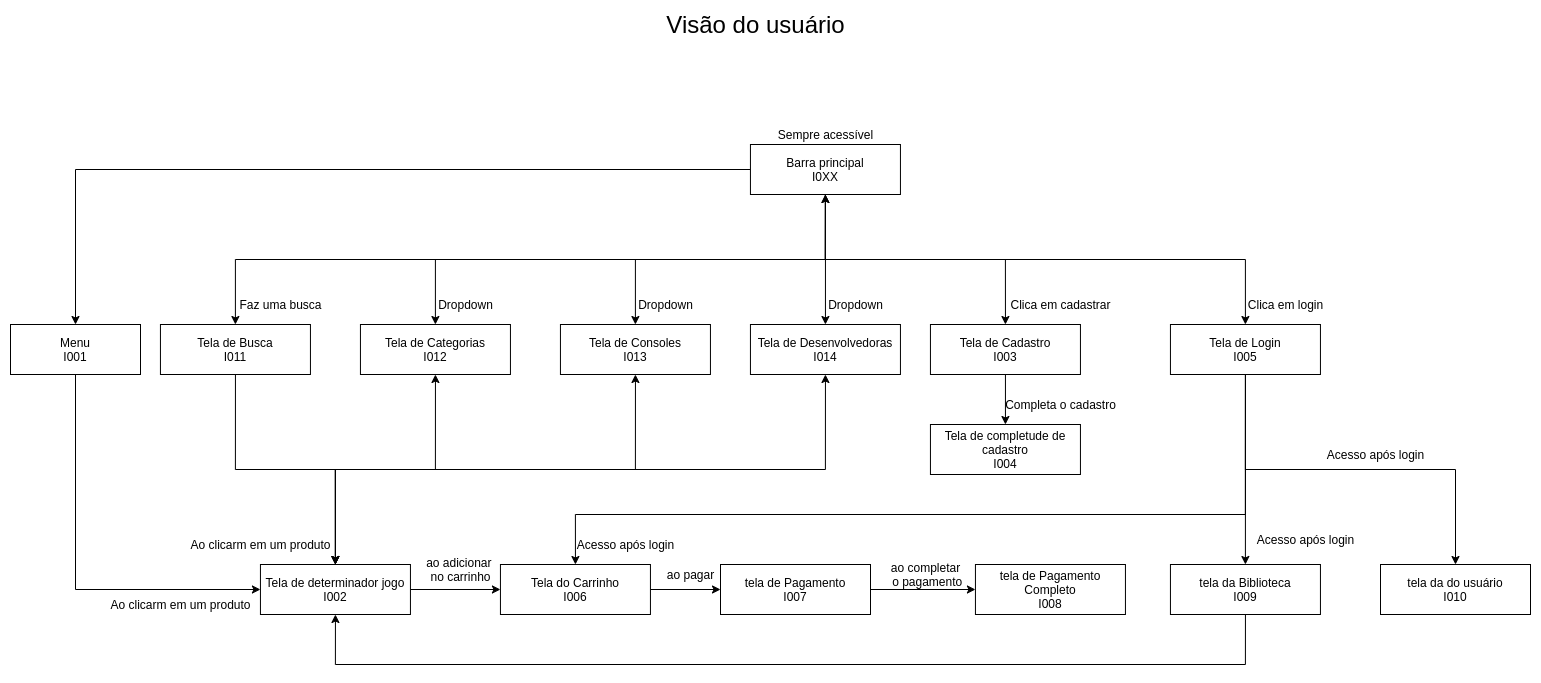
joaopaulo7/GCC188-Projeto-Final keeps this draw.io diagram as docs/Diagramas/Diagrama-Interfaces/sequencia-Visão-Usuário.drawio.png. Above is the earlier version. Source tidied: cells renumbered, new cells last; positions are measured from the earlier drawing's top-left corner, leaving out a move shared by most shapes.
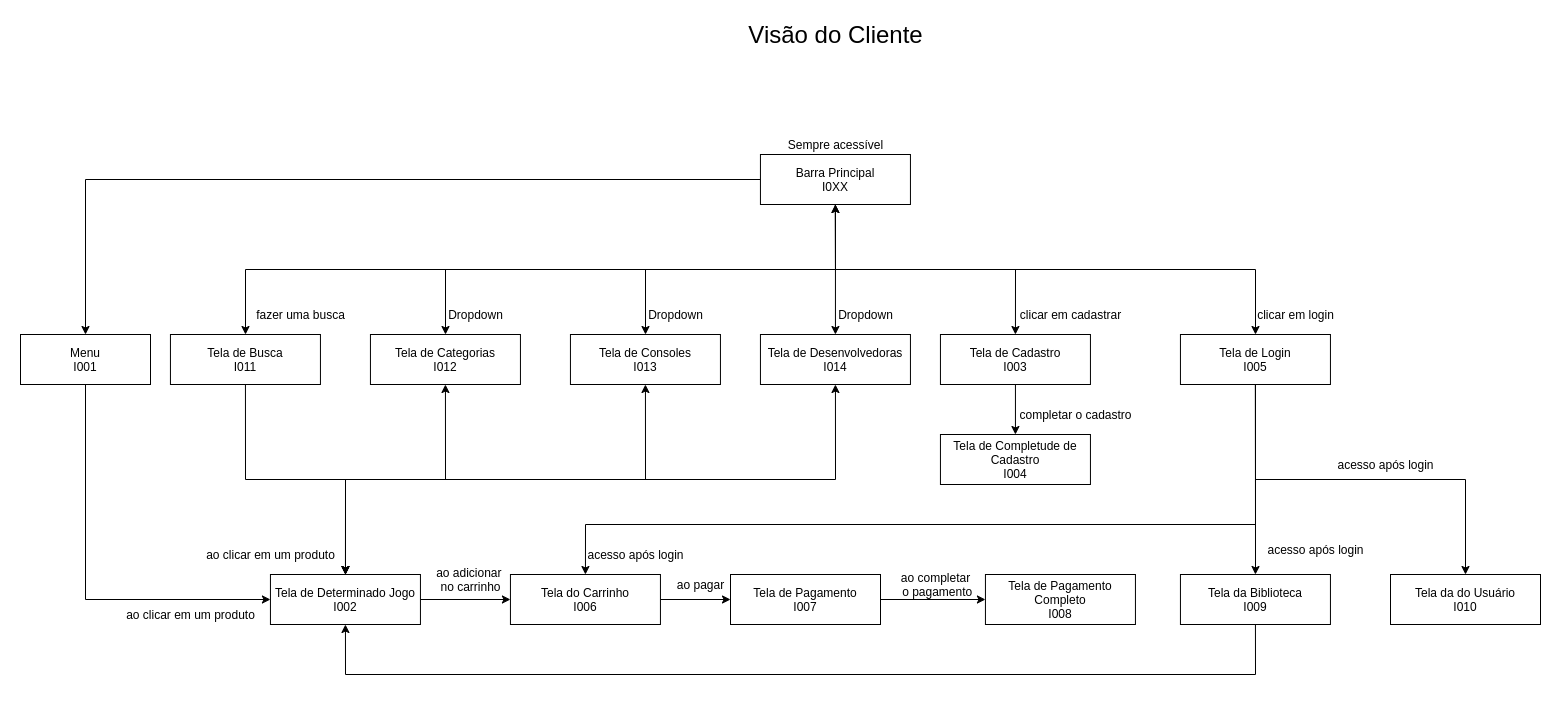
The same file after the commit.

What changed in the source:
```diff
@@ -23,7 +23,7 @@
     <mxCell id="8" style="edgeStyle=orthogonalEdgeStyle;rounded=0;jettySize=auto;html=1;exitX=0;exitY=0.5;exitDx=0;exitDy=0;" parent="1" edge="1" source="9" target="50">
       <mxGeometry relative="1" as="geometry" />
     </mxCell>
-    <mxCell id="9" value="Barra principal&lt;br&gt;I0XX" style="rounded=0;whiteSpace=wrap;html=1;" parent="1" vertex="1">
+    <mxCell id="9" value="Barra Principal&lt;br&gt;I0XX" style="rounded=0;whiteSpace=wrap;html=1;" parent="1" vertex="1">
       <mxGeometry x="739.9" y="130" width="150" height="50" as="geometry" />
     </mxCell>
     <mxCell id="10" style="edgeStyle=orthogonalEdgeStyle;rounded=0;jettySize=auto;html=1;exitX=0.5;exitY=1;exitDx=0;exitDy=0;entryX=0.5;entryY=0;entryDx=0;entryDy=0;startArrow=classic;startFill=1;" parent="1" edge="1" source="11" target="25">
@@ -80,7 +80,7 @@
     <mxCell id="24" style="edgeStyle=orthogonalEdgeStyle;rounded=0;jettySize=auto;html=1;exitX=1;exitY=0.5;exitDx=0;exitDy=0;entryX=0;entryY=0.5;entryDx=0;entryDy=0;startArrow=none;startFill=0;" parent="1" edge="1" source="25" target="27">
       <mxGeometry relative="1" as="geometry" />
     </mxCell>
-    <mxCell id="25" value="Tela de determinador jogo&lt;br&gt;I002" style="rounded=0;whiteSpace=wrap;html=1;" parent="1" vertex="1">
+    <mxCell id="25" value="Tela de Determinado Jogo&lt;br&gt;I002" style="rounded=0;whiteSpace=wrap;html=1;" parent="1" vertex="1">
       <mxGeometry x="249.9" y="550" width="150" height="50" as="geometry" />
     </mxCell>
     <mxCell id="26" style="edgeStyle=orthogonalEdgeStyle;rounded=0;jettySize=auto;html=1;exitX=1;exitY=0.5;exitDx=0;exitDy=0;entryX=0;entryY=0.5;entryDx=0;entryDy=0;startArrow=none;startFill=0;" parent="1" edge="1" source="27" target="29">
@@ -92,7 +92,7 @@
     <mxCell id="28" style="edgeStyle=orthogonalEdgeStyle;rounded=0;jettySize=auto;html=1;exitX=1;exitY=0.5;exitDx=0;exitDy=0;entryX=0;entryY=0.5;entryDx=0;entryDy=0;" parent="1" edge="1" source="29" target="53">
       <mxGeometry relative="1" as="geometry" />
     </mxCell>
-    <mxCell id="29" value="tela de Pagamento&lt;br&gt;I007" style="rounded=0;whiteSpace=wrap;html=1;" parent="1" vertex="1">
+    <mxCell id="29" value="Tela de Pagamento&lt;br&gt;I007" style="rounded=0;whiteSpace=wrap;html=1;" parent="1" vertex="1">
       <mxGeometry x="710" y="550" width="150" height="50" as="geometry" />
     </mxCell>
     <mxCell id="30" style="edgeStyle=orthogonalEdgeStyle;rounded=0;jettySize=auto;html=1;exitX=0.5;exitY=1;exitDx=0;exitDy=0;entryX=0.5;entryY=1;entryDx=0;entryDy=0;" parent="1" edge="1" source="31" target="25">
@@ -103,7 +103,7 @@
         </Array>
       </mxGeometry>
     </mxCell>
-    <mxCell id="31" value="tela da Biblioteca&lt;br&gt;I009" style="rounded=0;whiteSpace=wrap;html=1;" parent="1" vertex="1">
+    <mxCell id="31" value="Tela da Biblioteca&lt;br&gt;I009" style="rounded=0;whiteSpace=wrap;html=1;" parent="1" vertex="1">
       <mxGeometry x="1159.9" y="550" width="150" height="50" as="geometry" />
     </mxCell>
     <mxCell id="32" value="Dropdown" style="text;html=1;align=center;verticalAlign=middle;strokeColor=none;fillColor=none;" parent="1" vertex="1">
@@ -115,26 +115,26 @@
     <mxCell id="34" value="Dropdown" style="text;html=1;align=center;verticalAlign=middle;strokeColor=none;fillColor=none;" parent="1" vertex="1">
       <mxGeometry x="419.9" y="280" width="70" height="20" as="geometry" />
     </mxCell>
-    <mxCell id="35" value="Faz uma busca" style="text;html=1;align=center;verticalAlign=middle;strokeColor=none;fillColor=none;" parent="1" vertex="1">
-      <mxGeometry x="219.9" y="280" width="100" height="20" as="geometry" />
+    <mxCell id="35" value="fazer uma busca" style="text;html=1;align=center;verticalAlign=middle;strokeColor=none;fillColor=none;" parent="1" vertex="1">
+      <mxGeometry x="230" y="280" width="100" height="20" as="geometry" />
     </mxCell>
-    <mxCell id="36" value="Clica em cadastrar" style="text;html=1;align=center;verticalAlign=middle;strokeColor=none;fillColor=none;" parent="1" vertex="1">
+    <mxCell id="36" value="clicar em cadastrar" style="text;html=1;align=center;verticalAlign=middle;strokeColor=none;fillColor=none;" parent="1" vertex="1">
       <mxGeometry x="989.9" y="280" width="120" height="20" as="geometry" />
     </mxCell>
-    <mxCell id="37" value="Clica em login" style="text;html=1;align=center;verticalAlign=middle;strokeColor=none;fillColor=none;" parent="1" vertex="1">
+    <mxCell id="37" value="clicar em login" style="text;html=1;align=center;verticalAlign=middle;strokeColor=none;fillColor=none;" parent="1" vertex="1">
       <mxGeometry x="1229.9" y="280" width="90" height="20" as="geometry" />
     </mxCell>
-    <mxCell id="38" value="Acesso após login" style="text;html=1;align=center;verticalAlign=middle;strokeColor=none;fillColor=none;" parent="1" vertex="1">
+    <mxCell id="38" value="acesso após login" style="text;html=1;align=center;verticalAlign=middle;strokeColor=none;fillColor=none;" parent="1" vertex="1">
       <mxGeometry x="1240" y="515" width="110" height="20" as="geometry" />
     </mxCell>
-    <mxCell id="39" value="Acesso após login" style="text;html=1;align=center;verticalAlign=middle;strokeColor=none;fillColor=none;" parent="1" vertex="1">
+    <mxCell id="39" value="acesso após login" style="text;html=1;align=center;verticalAlign=middle;strokeColor=none;fillColor=none;" parent="1" vertex="1">
       <mxGeometry x="559.9" y="520" width="110" height="20" as="geometry" />
     </mxCell>
-    <mxCell id="40" value="Ao clicarm em um produto" style="text;html=1;align=center;verticalAlign=middle;strokeColor=none;fillColor=none;" parent="1" vertex="1">
-      <mxGeometry x="89.9" y="580" width="160" height="20" as="geometry" />
+    <mxCell id="40" value="ao clicar em um produto" style="text;html=1;align=center;verticalAlign=middle;strokeColor=none;fillColor=none;" parent="1" vertex="1">
+      <mxGeometry x="99.9" y="580" width="140" height="20" as="geometry" />
     </mxCell>
-    <mxCell id="41" value="Ao clicarm em um produto" style="text;html=1;align=center;verticalAlign=middle;strokeColor=none;fillColor=none;" parent="1" vertex="1">
-      <mxGeometry x="169.9" y="520" width="160" height="20" as="geometry" />
+    <mxCell id="41" value="ao clicar em um produto" style="text;html=1;align=center;verticalAlign=middle;strokeColor=none;fillColor=none;" parent="1" vertex="1">
+      <mxGeometry x="179.9" y="520" width="140" height="20" as="geometry" />
     </mxCell>
     <mxCell id="42" value="ao adicionar&amp;nbsp;&lt;br&gt;no carrinho" style="text;html=1;align=center;verticalAlign=middle;strokeColor=none;fillColor=none;" parent="1" vertex="1">
       <mxGeometry x="409.9" y="540" width="80" height="30" as="geometry" />
@@ -148,13 +148,13 @@
     <mxCell id="45" value="Sempre acessível" style="text;html=1;align=center;verticalAlign=middle;strokeColor=none;fillColor=none;" parent="1" vertex="1">
       <mxGeometry x="759.9" y="110" width="110" height="20" as="geometry" />
     </mxCell>
-    <mxCell id="46" value="&lt;font style=&quot;font-size: 24px&quot;&gt;Visão do usuário&lt;/font&gt;" style="text;html=1;align=center;verticalAlign=middle;strokeColor=none;fillColor=none;" parent="1" vertex="1">
-      <mxGeometry x="650" width="190" height="20" as="geometry" />
+    <mxCell id="46" value="&lt;font style=&quot;font-size: 24px&quot;&gt;Visão do Cliente&lt;/font&gt;" style="text;html=1;align=center;verticalAlign=middle;strokeColor=none;fillColor=none;" parent="1" vertex="1">
+      <mxGeometry x="719.9" width="190" height="20" as="geometry" />
     </mxCell>
-    <mxCell id="47" value="tela da do usuário&lt;br&gt;I010" style="rounded=0;whiteSpace=wrap;html=1;" parent="1" vertex="1">
+    <mxCell id="47" value="Tela da do Usuário&lt;br&gt;I010" style="rounded=0;whiteSpace=wrap;html=1;" parent="1" vertex="1">
       <mxGeometry x="1370" y="550" width="150" height="50" as="geometry" />
     </mxCell>
-    <mxCell id="48" value="Acesso após login" style="text;html=1;align=center;verticalAlign=middle;strokeColor=none;fillColor=none;" parent="1" vertex="1">
+    <mxCell id="48" value="acesso após login" style="text;html=1;align=center;verticalAlign=middle;strokeColor=none;fillColor=none;" parent="1" vertex="1">
       <mxGeometry x="1309.9" y="430" width="110" height="20" as="geometry" />
     </mxCell>
     <mxCell id="49" style="edgeStyle=orthogonalEdgeStyle;rounded=0;jettySize=auto;html=1;exitX=0.5;exitY=1;exitDx=0;exitDy=0;entryX=0;entryY=0.5;entryDx=0;entryDy=0;" parent="1" edge="1" source="50" target="25">
@@ -163,13 +163,13 @@
     <mxCell id="50" value="Menu&lt;br&gt;I001" style="rounded=0;whiteSpace=wrap;html=1;" parent="1" vertex="1">
       <mxGeometry y="310" width="130" height="50" as="geometry" />
     </mxCell>
-    <mxCell id="51" value="Tela de completude de cadastro&lt;br&gt;I004" style="rounded=0;whiteSpace=wrap;html=1;" parent="1" vertex="1">
+    <mxCell id="51" value="Tela de Completude de Cadastro&lt;br&gt;I004" style="rounded=0;whiteSpace=wrap;html=1;" parent="1" vertex="1">
       <mxGeometry x="919.9" y="410" width="150" height="50" as="geometry" />
     </mxCell>
-    <mxCell id="52" value="Completa o cadastro" style="text;html=1;align=center;verticalAlign=middle;strokeColor=none;fillColor=none;" parent="1" vertex="1">
-      <mxGeometry x="984.9" y="380" width="130" height="20" as="geometry" />
+    <mxCell id="52" value="completar o cadastro" style="text;html=1;align=center;verticalAlign=middle;strokeColor=none;fillColor=none;" parent="1" vertex="1">
+      <mxGeometry x="989.9" y="380" width="130" height="20" as="geometry" />
     </mxCell>
-    <mxCell id="53" value="tela de Pagamento Completo&lt;br&gt;I008" style="rounded=0;whiteSpace=wrap;html=1;" parent="1" vertex="1">
+    <mxCell id="53" value="Tela de Pagamento Completo&lt;br&gt;I008" style="rounded=0;whiteSpace=wrap;html=1;" parent="1" vertex="1">
       <mxGeometry x="964.9" y="550" width="150" height="50" as="geometry" />
     </mxCell>
   </root>
```
